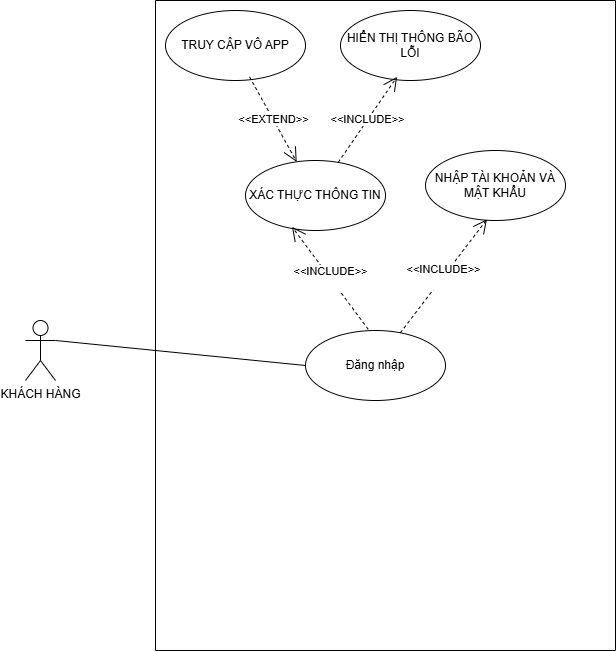
Earlier version of the draw.io export login.drawio.png (LeQuan114/cinema_system). Source tidied: cells renumbered, new cells last; positions are measured from the earlier drawing's top-left corner, leaving out a move shared by most shapes. The source it was exported from:
```xml
<mxGraphModel>
  <root>
    <mxCell id="0" />
    <mxCell id="1" parent="0" />
    <mxCell id="2" style="swimlane;startSize=0;" parent="1" vertex="1">
      <mxGeometry x="130" width="460" height="650" as="geometry" />
    </mxCell>
    <mxCell id="3" value="Đăng nhập" style="ellipse;whiteSpace=wrap;html=1;" parent="2" vertex="1">
      <mxGeometry x="150" y="330" width="140" height="70" as="geometry" />
    </mxCell>
    <mxCell id="4" value="XÁC THỰC THÔNG TIN" style="ellipse;whiteSpace=wrap;html=1;" parent="2" vertex="1">
      <mxGeometry x="90" y="160" width="140" height="70" as="geometry" />
    </mxCell>
    <mxCell id="5" value="&amp;lt;&amp;lt;INCLUDE&amp;gt;&amp;gt;&lt;div&gt;&lt;br&gt;&lt;/div&gt;" style="endArrow=open;endSize=12;dashed=1;html=1;rounded=0;exitX=0.448;exitY=-0.017;exitDx=0;exitDy=0;exitPerimeter=0;entryX=0.332;entryY=0.947;entryDx=0;entryDy=0;entryPerimeter=0;" parent="2" edge="1" source="3" target="4">
      <mxGeometry x="-0.01" relative="1" as="geometry" />
    </mxCell>
    <mxCell id="6" value="NHẬP TÀI KHOẢN VÀ MẬT KHẨU" style="ellipse;whiteSpace=wrap;html=1;" parent="2" vertex="1">
      <mxGeometry x="270" y="150" width="140" height="70" as="geometry" />
    </mxCell>
    <mxCell id="7" value="&amp;lt;&amp;lt;INCLUDE&amp;gt;&amp;gt;&lt;div&gt;&lt;br&gt;&lt;/div&gt;" style="endArrow=open;endSize=12;dashed=1;html=1;rounded=0;entryX=0.439;entryY=0.983;entryDx=0;entryDy=0;entryPerimeter=0;" parent="2" edge="1" source="3" target="6">
      <mxGeometry relative="1" as="geometry" />
    </mxCell>
    <mxCell id="8" value="HIỂN THỊ THÔNG BÃO LỖI" style="ellipse;whiteSpace=wrap;html=1;" parent="2" vertex="1">
      <mxGeometry x="185" y="10" width="140" height="70" as="geometry" />
    </mxCell>
    <mxCell id="9" value="&amp;lt;&amp;lt;INCLUDE&amp;gt;&amp;gt;" style="endArrow=open;endSize=12;dashed=1;html=1;rounded=0;entryX=0.404;entryY=0.947;entryDx=0;entryDy=0;entryPerimeter=0;" parent="2" edge="1" source="4" target="8">
      <mxGeometry relative="1" as="geometry" />
    </mxCell>
    <mxCell id="10" value="TRUY CẬP VÔ APP" style="ellipse;whiteSpace=wrap;html=1;" parent="2" vertex="1">
      <mxGeometry x="10" y="10" width="140" height="70" as="geometry" />
    </mxCell>
    <mxCell id="11" value="&amp;lt;&amp;lt;EXTEND&amp;gt;&amp;gt;" style="endArrow=open;endSize=12;dashed=1;html=1;rounded=0;exitX=0.6;exitY=0.947;exitDx=0;exitDy=0;exitPerimeter=0;" parent="2" edge="1" source="10" target="4">
      <mxGeometry relative="1" as="geometry" />
    </mxCell>
    <mxCell id="12" value="KHÁCH HÀNG&lt;div&gt;&lt;br&gt;&lt;/div&gt;" style="shape=umlActor;verticalLabelPosition=bottom;verticalAlign=top;html=1;outlineConnect=0;" parent="1" vertex="1">
      <mxGeometry y="320" width="30" height="60" as="geometry" />
    </mxCell>
    <mxCell id="13" style="endArrow=none;html=1;rounded=0;entryX=0;entryY=0.5;entryDx=0;entryDy=0;exitX=1;exitY=0.3333333333333333;exitDx=0;exitDy=0;exitPerimeter=0;" parent="1" edge="1" source="12" target="3">
      <mxGeometry relative="1" as="geometry" />
    </mxCell>
  </root>
</mxGraphModel>
```
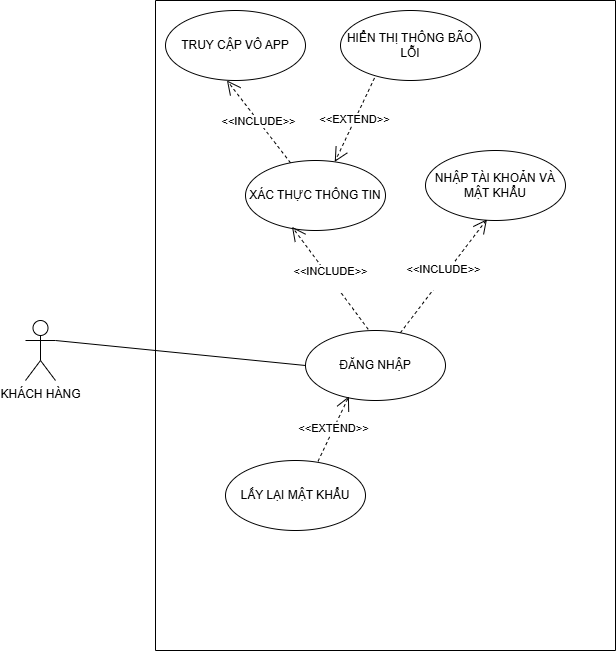
After the change.

Diff of the diagram source:
```diff
@@ -5,7 +5,7 @@
     <mxCell id="2" style="swimlane;startSize=0;" parent="1" vertex="1">
       <mxGeometry x="130" width="460" height="650" as="geometry" />
     </mxCell>
-    <mxCell id="3" value="Đăng nhập" style="ellipse;whiteSpace=wrap;html=1;" parent="2" vertex="1">
+    <mxCell id="3" value="ĐĂNG NHẬP" style="ellipse;whiteSpace=wrap;html=1;" parent="2" vertex="1">
       <mxGeometry x="150" y="330" width="140" height="70" as="geometry" />
     </mxCell>
     <mxCell id="4" value="XÁC THỰC THÔNG TIN" style="ellipse;whiteSpace=wrap;html=1;" parent="2" vertex="1">
@@ -23,15 +23,25 @@
     <mxCell id="8" value="HIỂN THỊ THÔNG BÃO LỖI" style="ellipse;whiteSpace=wrap;html=1;" parent="2" vertex="1">
       <mxGeometry x="185" y="10" width="140" height="70" as="geometry" />
     </mxCell>
-    <mxCell id="9" value="&amp;lt;&amp;lt;INCLUDE&amp;gt;&amp;gt;" style="endArrow=open;endSize=12;dashed=1;html=1;rounded=0;entryX=0.404;entryY=0.947;entryDx=0;entryDy=0;entryPerimeter=0;" parent="2" edge="1" source="4" target="8">
+    <mxCell id="9" value="&amp;lt;&amp;lt;INCLUDE&amp;gt;&amp;gt;" style="endArrow=open;endSize=12;dashed=1;html=1;rounded=0;entryX=0.439;entryY=1;entryDx=0;entryDy=0;entryPerimeter=0;" parent="2" edge="1" source="4" target="10">
       <mxGeometry relative="1" as="geometry" />
     </mxCell>
     <mxCell id="10" value="TRUY CẬP VÔ APP" style="ellipse;whiteSpace=wrap;html=1;" parent="2" vertex="1">
       <mxGeometry x="10" y="10" width="140" height="70" as="geometry" />
     </mxCell>
-    <mxCell id="11" value="&amp;lt;&amp;lt;EXTEND&amp;gt;&amp;gt;" style="endArrow=open;endSize=12;dashed=1;html=1;rounded=0;exitX=0.6;exitY=0.947;exitDx=0;exitDy=0;exitPerimeter=0;" parent="2" edge="1" source="10" target="4">
-      <mxGeometry relative="1" as="geometry" />
+    <mxCell id="11" value="&amp;lt;&amp;lt;EXTEND&amp;gt;&amp;gt;" style="endArrow=open;endSize=12;dashed=1;html=1;rounded=0;exitX=0.243;exitY=0.964;exitDx=0;exitDy=0;exitPerimeter=0;" parent="2" edge="1" source="8" target="4">
+      <mxGeometry relative="1" as="geometry">
+        <Array as="points">
+          <mxPoint x="180" y="160" />
+        </Array>
+      </mxGeometry>
     </mxCell>
+    <mxCell id="14" value="LẤY LẠI MẬT KHẨU" style="ellipse;whiteSpace=wrap;html=1;" parent="2" vertex="1">
+      <mxGeometry x="70" y="460" width="140" height="70" as="geometry" />
+    </mxCell>
+    <mxCell id="15" value="&amp;lt;&amp;lt;EXTEND&amp;gt;&amp;gt;" style="endArrow=open;endSize=12;dashed=1;html=1;rounded=0;exitX=0.661;exitY=0.011;exitDx=0;exitDy=0;exitPerimeter=0;entryX=0.31;entryY=0.941;entryDx=0;entryDy=0;entryPerimeter=0;" parent="2" edge="1" source="14" target="3">
+      <mxGeometry relative="1" as="geometry" />
+    </mxCell>
     <mxCell id="12" value="KHÁCH HÀNG&lt;div&gt;&lt;br&gt;&lt;/div&gt;" style="shape=umlActor;verticalLabelPosition=bottom;verticalAlign=top;html=1;outlineConnect=0;" parent="1" vertex="1">
       <mxGeometry y="320" width="30" height="60" as="geometry" />
     </mxCell>
```
